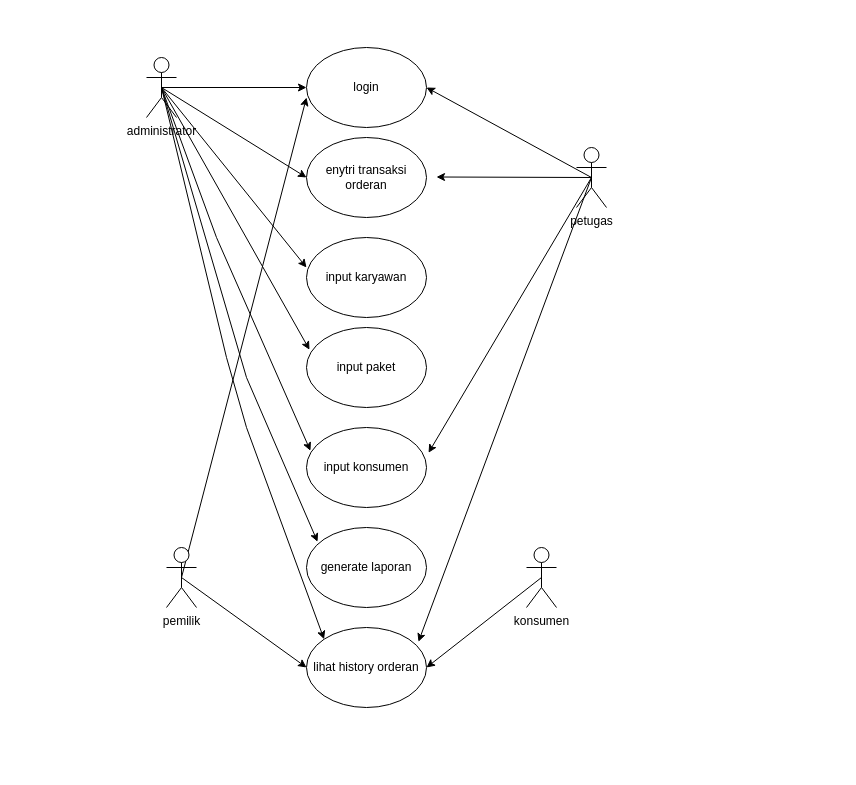
This is page "Page-1" (1 of 2) of Untitled Diagram.drawio from bintang1221/laundry, a draw.io file, before an edit. Source tidied: cells renumbered, new cells numbered last; positions are measured from the earlier drawing's top-left corner, leaving out a move shared by most shapes. Both pictures are drawn from the tidied source at 100%, with x=0, y=0 at pixel (146, 47).
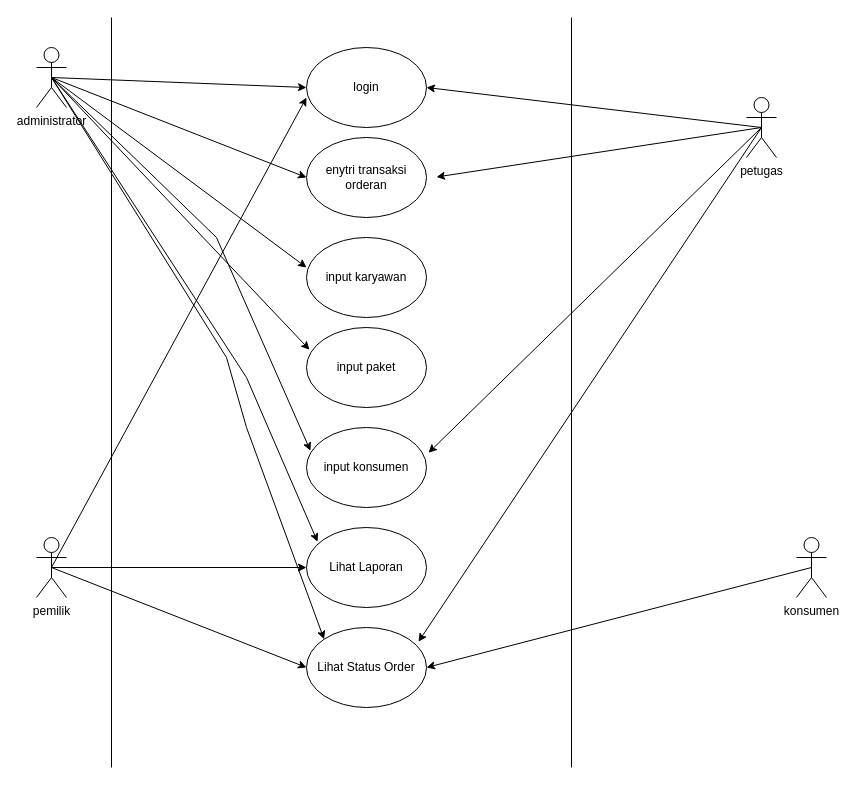
The same diagram, later.

Change to the diagram source:
```diff
@@
     <mxCell id="2" value="administrator" style="shape=umlActor;verticalLabelPosition=bottom;verticalAlign=top;html=1;outlineConnect=0;" parent="1" vertex="1">
-      <mxGeometry y="10" width="30" height="60" as="geometry" />
+      <mxGeometry x="-110" width="30" height="60" as="geometry" />
     </mxCell>
@@
     <mxCell id="14" value="petugas" style="shape=umlActor;verticalLabelPosition=bottom;verticalAlign=top;html=1;outlineConnect=0;" parent="1" vertex="1">
-      <mxGeometry x="430" y="100" width="30" height="60" as="geometry" />
+      <mxGeometry x="600" y="50" width="30" height="60" as="geometry" />
     </mxCell>
@@
     <mxCell id="16" value="konsumen" style="shape=umlActor;verticalLabelPosition=bottom;verticalAlign=top;html=1;outlineConnect=0;" parent="1" vertex="1">
-      <mxGeometry x="380" y="500" width="30" height="60" as="geometry" />
+      <mxGeometry x="650" y="490" width="30" height="60" as="geometry" />
     </mxCell>
@@
+    <mxCell id="27" style="edgeStyle=orthogonalEdgeStyle;rounded=0;jettySize=auto;html=1;exitX=0.5;exitY=0.5;exitDx=0;exitDy=0;exitPerimeter=0;entryX=0;entryY=0.5;entryDx=0;entryDy=0;" parent="1" edge="1" source="19" target="26">
+      <mxGeometry relative="1" as="geometry" />
+    </mxCell>
     <mxCell id="19" value="pemilik" style="shape=umlActor;verticalLabelPosition=bottom;verticalAlign=top;html=1;outlineConnect=0;" parent="1" vertex="1">
-      <mxGeometry x="20" y="500" width="30" height="60" as="geometry" />
+      <mxGeometry x="-110" y="490" width="30" height="60" as="geometry" />
     </mxCell>
@@
-    <mxCell id="25" value="lihat history orderan" style="ellipse;whiteSpace=wrap;html=1;" parent="1" vertex="1">
+    <mxCell id="25" value="Lihat Status Order" style="ellipse;whiteSpace=wrap;html=1;" parent="1" vertex="1">
       <mxGeometry x="160" y="580" width="120" height="80" as="geometry" />
     </mxCell>
-    <mxCell id="26" value="generate laporan" style="ellipse;whiteSpace=wrap;html=1;" parent="1" vertex="1">
+    <mxCell id="26" value="Lihat Laporan" style="ellipse;whiteSpace=wrap;html=1;" parent="1" vertex="1">
       <mxGeometry x="160" y="480" width="120" height="80" as="geometry" />
     </mxCell>
+    <mxCell id="28" style="line;strokeWidth=1;direction=south;html=1;" parent="1" vertex="1">
+      <mxGeometry x="-40" y="-30" width="10" height="750" as="geometry" />
+    </mxCell>
+    <mxCell id="29" style="line;strokeWidth=1;direction=south;html=1;" parent="1" vertex="1">
+      <mxGeometry x="420" y="-30" width="10" height="750" as="geometry" />
+    </mxCell>
```
